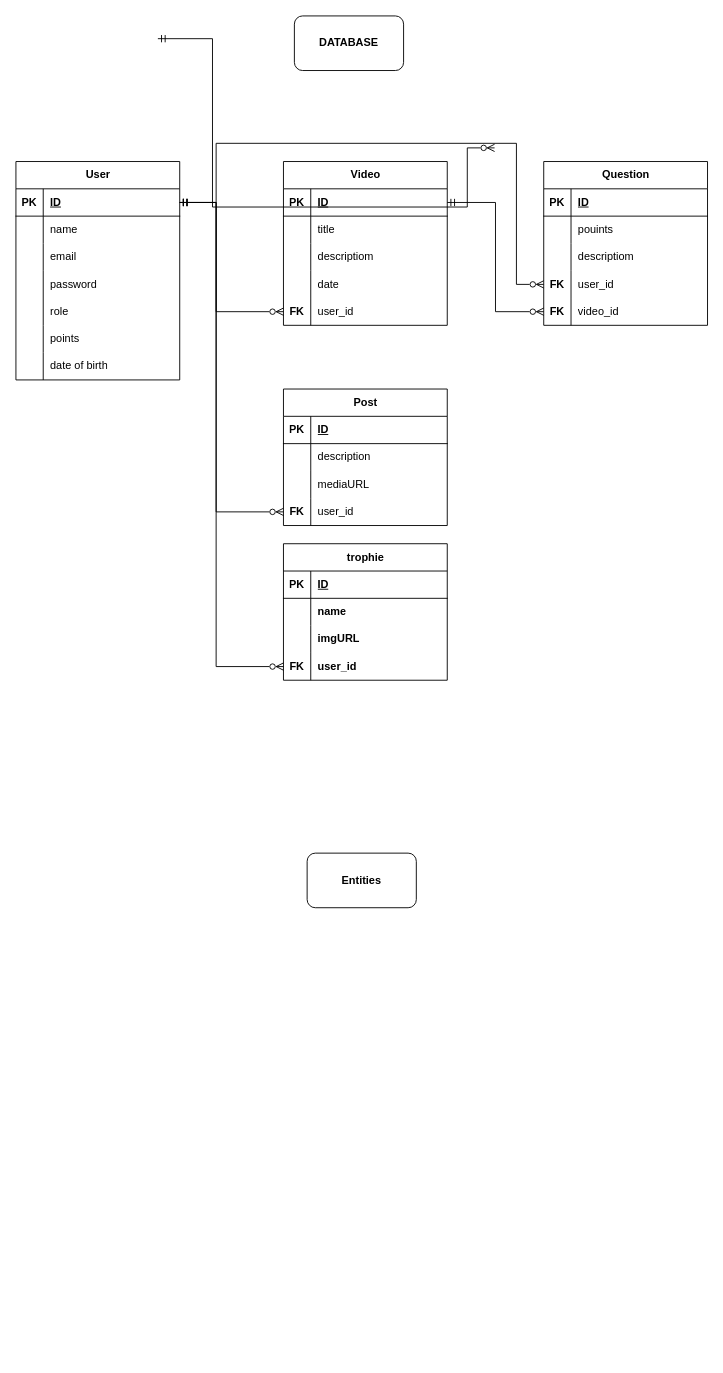
This is Diagrama sem nome.drawio from WesleyNovaes-Dev/LUPP-API, a draw.io file, before an edit. Source tidied: cells renumbered, new cells numbered last; positions are measured from the earlier drawing's top-left corner, leaving out a move shared by most shapes. Both pictures are drawn from the tidied source at 91%, with x=0, y=0 at pixel (15, 15).
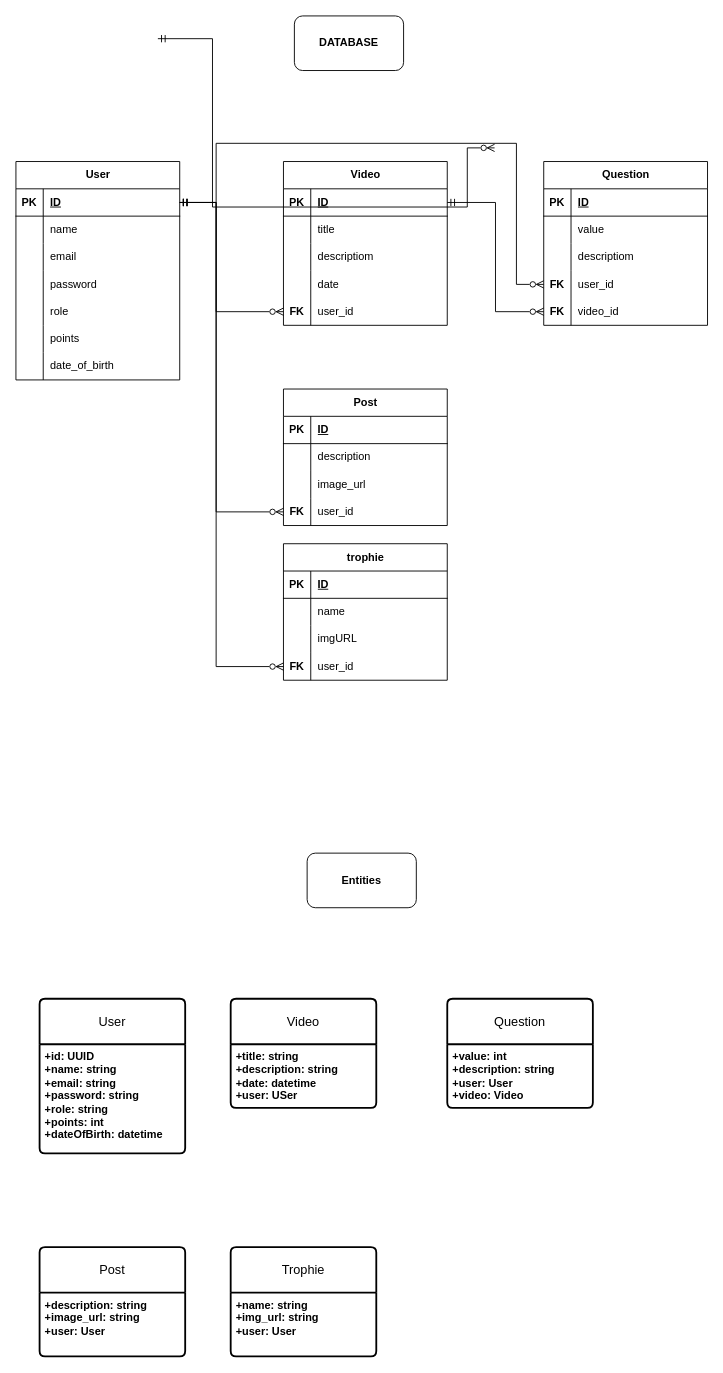
After the change.

Unchanged cells that the change refers to:
```xml
<mxCell id="21" style="shape=tableRow;horizontal=0;startSize=0;swimlaneHead=0;swimlaneBody=0;fillColor=none;top=0;left=0;right=0;bottom=0;" parent="2" vertex="1">
  <mxGeometry y="210" width="180" height="30" as="geometry" />
</mxCell>
<mxCell id="45" style="shape=tableRow;horizontal=0;startSize=0;swimlaneHead=0;swimlaneBody=0;fillColor=none;top=0;left=0;right=0;bottom=0;" parent="41" vertex="1">
  <mxGeometry y="60" width="180" height="30" as="geometry" />
</mxCell>
<mxCell id="67" style="shape=tableRow;horizontal=0;startSize=0;swimlaneHead=0;swimlaneBody=0;fillColor=none;top=0;left=0;right=0;bottom=0;" parent="60" vertex="1">
  <mxGeometry y="90" width="180" height="30" as="geometry" />
</mxCell>
<mxCell id="78" style="shape=tableRow;horizontal=0;startSize=0;swimlaneHead=0;swimlaneBody=0;fillColor=none;top=0;left=0;right=0;bottom=0;strokeColor=default;align=center;verticalAlign=middle;fontFamily=Helvetica;fontSize=12;fontColor=default;fontStyle=1;" parent="74" vertex="1">
  <mxGeometry y="60" width="180" height="30" as="geometry" />
</mxCell>
<mxCell id="81" style="shape=tableRow;horizontal=0;startSize=0;swimlaneHead=0;swimlaneBody=0;fillColor=none;top=0;left=0;right=0;bottom=0;strokeColor=default;align=center;verticalAlign=middle;fontFamily=Helvetica;fontSize=12;fontColor=default;fontStyle=1;" parent="74" vertex="1">
  <mxGeometry y="90" width="180" height="30" as="geometry" />
</mxCell>
<mxCell id="84" style="shape=tableRow;horizontal=0;startSize=0;swimlaneHead=0;swimlaneBody=0;fillColor=none;points=[[0,0.5],[1,0.5]];portConstraint=eastwest;top=0;left=0;right=0;bottom=0;strokeColor=default;align=center;verticalAlign=middle;fontFamily=Helvetica;fontSize=12;fontColor=default;fontStyle=1;" parent="74" vertex="1">
  <mxGeometry y="120" width="180" height="30" as="geometry" />
</mxCell>
```

What changed in the source:
```diff
@@
-    <mxCell id="23" value="date of birth" style="shape=partialRectangle;fillColor=none;top=0;left=0;bottom=0;right=0;align=left;spacingLeft=6;overflow=hidden;whiteSpace=wrap;html=1;" parent="21" vertex="1">
+    <mxCell id="23" value="date_of_birth" style="shape=partialRectangle;fillColor=none;top=0;left=0;bottom=0;right=0;align=left;spacingLeft=6;overflow=hidden;whiteSpace=wrap;html=1;" parent="21" vertex="1">
       <mxGeometry x="30" width="150" height="30" as="geometry" />
     </mxCell>
@@
-    <mxCell id="47" value="pouints" style="shape=partialRectangle;fillColor=none;top=0;left=0;bottom=0;right=0;align=left;spacingLeft=6;overflow=hidden;whiteSpace=wrap;html=1;" parent="45" vertex="1">
+    <mxCell id="47" value="value" style="shape=partialRectangle;fillColor=none;top=0;left=0;bottom=0;right=0;align=left;spacingLeft=6;overflow=hidden;whiteSpace=wrap;html=1;" parent="45" vertex="1">
       <mxGeometry x="30" width="150" height="30" as="geometry" />
     </mxCell>
@@
-    <mxCell id="69" value="mediaURL" style="shape=partialRectangle;fillColor=none;top=0;left=0;bottom=0;right=0;align=left;spacingLeft=6;overflow=hidden;whiteSpace=wrap;html=1;" parent="67" vertex="1">
+    <mxCell id="69" value="image_url" style="shape=partialRectangle;fillColor=none;top=0;left=0;bottom=0;right=0;align=left;spacingLeft=6;overflow=hidden;whiteSpace=wrap;html=1;" parent="67" vertex="1">
       <mxGeometry x="30" width="150" height="30" as="geometry" />
     </mxCell>
@@
-    <mxCell id="80" value="name" style="shape=partialRectangle;fillColor=none;top=0;left=0;bottom=0;right=0;align=left;spacingLeft=6;overflow=hidden;whiteSpace=wrap;html=1;strokeColor=default;verticalAlign=middle;fontFamily=Helvetica;fontSize=12;fontColor=default;fontStyle=1;" parent="78" vertex="1">
+    <mxCell id="80" value="&lt;span style=&quot;font-weight: normal;&quot;&gt;name&lt;/span&gt;" style="shape=partialRectangle;fillColor=none;top=0;left=0;bottom=0;right=0;align=left;spacingLeft=6;overflow=hidden;whiteSpace=wrap;html=1;strokeColor=default;verticalAlign=middle;fontFamily=Helvetica;fontSize=12;fontColor=default;fontStyle=1;" parent="78" vertex="1">
       <mxGeometry x="30" width="150" height="30" as="geometry" />
     </mxCell>
@@
-    <mxCell id="83" value="imgURL" style="shape=partialRectangle;fillColor=none;top=0;left=0;bottom=0;right=0;align=left;spacingLeft=6;overflow=hidden;whiteSpace=wrap;html=1;strokeColor=default;verticalAlign=middle;fontFamily=Helvetica;fontSize=12;fontColor=default;fontStyle=1;" parent="81" vertex="1">
+    <mxCell id="83" value="imgURL" style="shape=partialRectangle;fillColor=none;top=0;left=0;bottom=0;right=0;align=left;spacingLeft=6;overflow=hidden;whiteSpace=wrap;html=1;strokeColor=default;verticalAlign=middle;fontFamily=Helvetica;fontSize=12;fontColor=default;fontStyle=0;" parent="81" vertex="1">
       <mxGeometry x="30" width="150" height="30" as="geometry" />
     </mxCell>
@@
-    <mxCell id="86" value="user_id" style="shape=partialRectangle;fillColor=none;top=0;left=0;bottom=0;right=0;align=left;spacingLeft=6;overflow=hidden;whiteSpace=wrap;html=1;strokeColor=default;verticalAlign=middle;fontFamily=Helvetica;fontSize=12;fontColor=default;fontStyle=1;" parent="84" vertex="1">
+    <mxCell id="86" value="&lt;span style=&quot;font-weight: normal;&quot;&gt;user_id&lt;/span&gt;" style="shape=partialRectangle;fillColor=none;top=0;left=0;bottom=0;right=0;align=left;spacingLeft=6;overflow=hidden;whiteSpace=wrap;html=1;strokeColor=default;verticalAlign=middle;fontFamily=Helvetica;fontSize=12;fontColor=default;fontStyle=1;" parent="84" vertex="1">
       <mxGeometry x="30" width="150" height="30" as="geometry" />
     </mxCell>
@@
+    <mxCell id="90" value="Video" style="swimlane;horizontal=1;startSize=50;rounded=1;fontSize=14;fontStyle=0;strokeWidth=2;shadow=0;dashed=0;align=center;arcSize=4;whiteSpace=wrap;html=1;strokeColor=default;verticalAlign=middle;fontFamily=Helvetica;fontColor=default;fillColor=none;" parent="1" vertex="1">
+      <mxGeometry x="236" y="1080" width="160" height="120" as="geometry" />
+    </mxCell>
+    <mxCell id="91" value="+title: string&lt;br&gt;+description: string&lt;br&gt;+date: datetime&lt;div&gt;+user: USer&lt;/div&gt;" style="align=left;strokeColor=none;fillColor=none;spacingLeft=4;spacingRight=4;fontSize=12;verticalAlign=top;html=1;whiteSpace=wrap;fontFamily=Helvetica;fontColor=default;fontStyle=1;" parent="90" vertex="1">
+      <mxGeometry y="50" width="160" height="70" as="geometry" />
+    </mxCell>
+    <mxCell id="92" value="User" style="swimlane;horizontal=1;startSize=50;rounded=1;fontSize=14;fontStyle=0;strokeWidth=2;shadow=0;dashed=0;align=center;arcSize=4;whiteSpace=wrap;html=1;strokeColor=default;verticalAlign=middle;fontFamily=Helvetica;fontColor=default;fillColor=none;" parent="1" vertex="1">
+      <mxGeometry x="26" y="1080" width="160" height="170" as="geometry" />
+    </mxCell>
+    <mxCell id="93" value="+id: UUID&lt;br&gt;+name: string&lt;br&gt;+email: string&lt;div&gt;+password: string&lt;/div&gt;&lt;div&gt;+role: string&lt;/div&gt;&lt;div&gt;+points: int&lt;/div&gt;&lt;div&gt;+dateOfBirth: datetime&lt;/div&gt;&lt;div&gt;&lt;br&gt;&lt;/div&gt;" style="align=left;strokeColor=none;fillColor=none;spacingLeft=4;spacingRight=4;fontSize=12;verticalAlign=top;html=1;whiteSpace=wrap;fontFamily=Helvetica;fontColor=default;fontStyle=1;" parent="92" vertex="1">
+      <mxGeometry y="50" width="160" height="120" as="geometry" />
+    </mxCell>
+    <mxCell id="94" value="Question" style="swimlane;horizontal=1;startSize=50;rounded=1;fontSize=14;fontStyle=0;strokeWidth=2;shadow=0;dashed=0;align=center;arcSize=4;whiteSpace=wrap;html=1;strokeColor=default;verticalAlign=middle;fontFamily=Helvetica;fontColor=default;fillColor=none;" parent="1" vertex="1">
+      <mxGeometry x="474" y="1080" width="160" height="120" as="geometry" />
+    </mxCell>
+    <mxCell id="95" value="+value: int&lt;div&gt;+description: string&lt;br&gt;+user: User&lt;/div&gt;&lt;div&gt;+video: Video&lt;/div&gt;" style="align=left;strokeColor=none;fillColor=none;spacingLeft=4;spacingRight=4;fontSize=12;verticalAlign=top;html=1;whiteSpace=wrap;fontFamily=Helvetica;fontColor=default;fontStyle=1;" parent="94" vertex="1">
+      <mxGeometry y="50" width="160" height="70" as="geometry" />
+    </mxCell>
+    <mxCell id="96" value="Post" style="swimlane;horizontal=1;startSize=50;rounded=1;fontSize=14;fontStyle=0;strokeWidth=2;shadow=0;dashed=0;align=center;arcSize=4;whiteSpace=wrap;html=1;strokeColor=default;verticalAlign=middle;fontFamily=Helvetica;fontColor=default;fillColor=none;" parent="1" vertex="1">
+      <mxGeometry x="26" y="1353" width="160" height="120" as="geometry" />
+    </mxCell>
+    <mxCell id="97" value="+description: string&lt;div&gt;+image_url: string&lt;br&gt;+user: User&lt;/div&gt;" style="align=left;strokeColor=none;fillColor=none;spacingLeft=4;spacingRight=4;fontSize=12;verticalAlign=top;html=1;whiteSpace=wrap;fontFamily=Helvetica;fontColor=default;fontStyle=1;" parent="96" vertex="1">
+      <mxGeometry y="50" width="160" height="70" as="geometry" />
+    </mxCell>
+    <mxCell id="98" value="Trophie" style="swimlane;horizontal=1;startSize=50;rounded=1;fontSize=14;fontStyle=0;strokeWidth=2;shadow=0;dashed=0;align=center;arcSize=4;whiteSpace=wrap;html=1;strokeColor=default;verticalAlign=middle;fontFamily=Helvetica;fontColor=default;fillColor=none;" parent="1" vertex="1">
+      <mxGeometry x="236" y="1353" width="160" height="120" as="geometry" />
+    </mxCell>
+    <mxCell id="99" value="+name: string&lt;br&gt;+img_url: string&lt;br&gt;+user: User" style="align=left;strokeColor=none;fillColor=none;spacingLeft=4;spacingRight=4;fontSize=12;verticalAlign=top;html=1;whiteSpace=wrap;fontFamily=Helvetica;fontColor=default;fontStyle=1;" parent="98" vertex="1">
+      <mxGeometry y="50" width="160" height="70" as="geometry" />
+    </mxCell>
```
